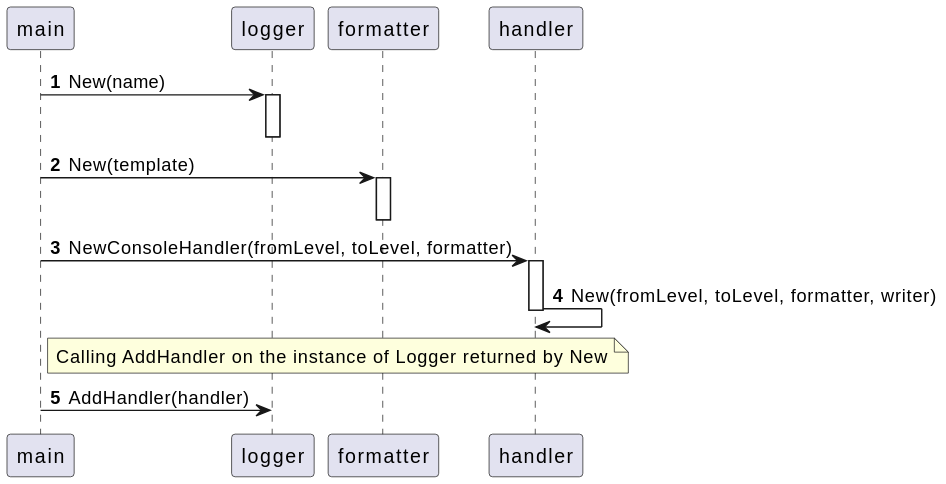
Before: docs/architecture/diagrams/svg/create_new_logger.svg, a diagram exported from PlantUML (dl1998/go-logging). The source it was exported from:
```plantuml
@startuml

autonumber

participant main
participant logger
participant formatter
participant handler

main -> logger: New(name)
activate logger
deactivate logger

main -> formatter: New(template)
activate formatter
deactivate formatter

main -> handler: NewConsoleHandler(fromLevel, toLevel, formatter)
activate handler
handler -> handler: New(fromLevel, toLevel, formatter, writer)
deactivate handler

note right of main: Calling AddHandler on the instance of Logger returned by New
main -> logger: AddHandler(handler)
@enduml
```
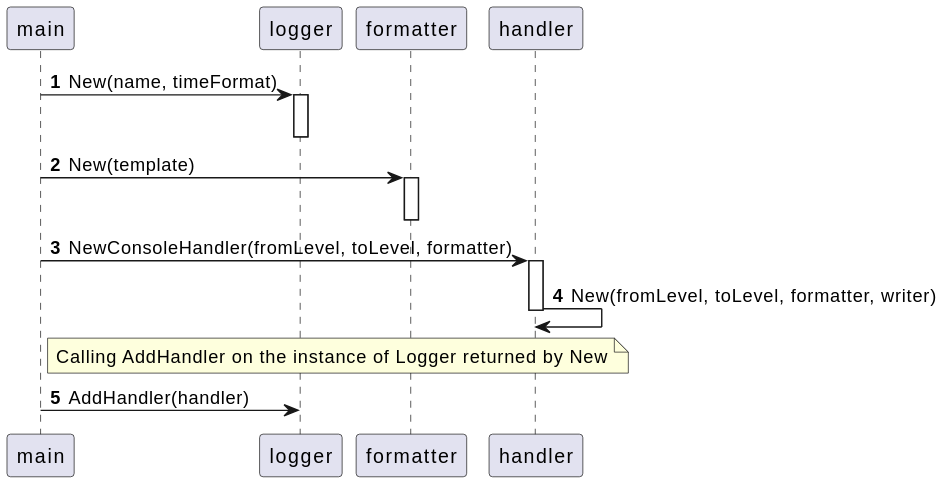
The same diagram one commit later.

Commit message:
Add timeFormat variable to sequence diagram

The edit, as a diff of the source:
```diff
@@ -7,7 +7,7 @@
 participant formatter
 participant handler
 
-main -> logger: New(name)
+main -> logger: New(name, timeFormat)
 activate logger
 deactivate logger
 
```
